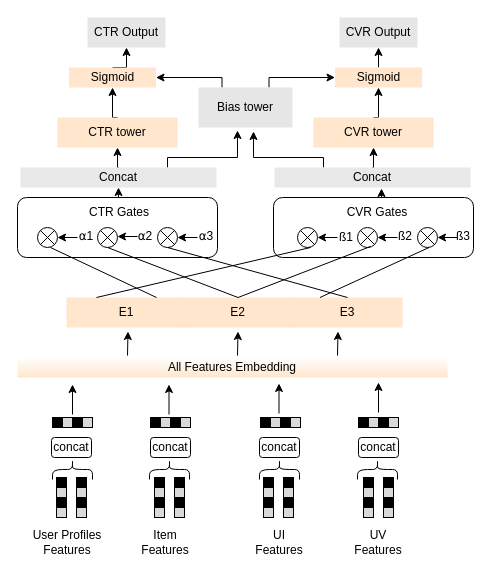
Above: MMOE_ESMM.drawio in Xiaohu-D/- (draw.io), before the change. Source tidied: cells renumbered, new cells numbered last; positions are measured from the earlier drawing's top-left corner, leaving out a move shared by most shapes. Both pictures are drawn from the tidied source at 100%, with x=0, y=0 at pixel (17, 17).
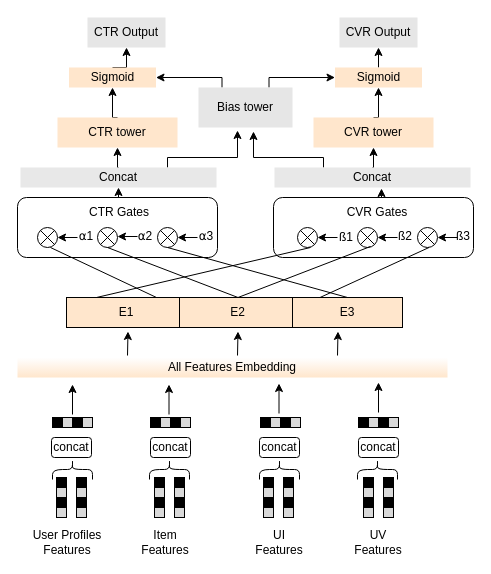
Above is the later version.

Change to the diagram source:
```diff
@@
-    <mxCell id="67" value="E1" style="rounded=0;whiteSpace=wrap;html=1;fillColor=#FFE6CC;gradientColor=none;gradientDirection=north;strokeColor=none;" parent="1" vertex="1">
+    <mxCell id="67" value="E1" style="rounded=0;whiteSpace=wrap;html=1;fillColor=#FFE6CC;gradientColor=none;gradientDirection=north;strokeColor=default;" parent="1" vertex="1">
       <mxGeometry x="49" y="280" width="120" height="30" as="geometry" />
     </mxCell>
-    <mxCell id="68" value="E2" style="rounded=0;whiteSpace=wrap;html=1;fillColor=#FFE6CC;gradientColor=none;gradientDirection=north;strokeColor=none;" parent="1" vertex="1">
+    <mxCell id="68" value="E2" style="rounded=0;whiteSpace=wrap;html=1;fillColor=#FFE6CC;gradientColor=none;gradientDirection=north;strokeColor=default;" parent="1" vertex="1">
       <mxGeometry x="162" y="280" width="117" height="30" as="geometry" />
     </mxCell>
-    <mxCell id="69" value="E3" style="rounded=0;whiteSpace=wrap;html=1;fillColor=#FFE6CC;gradientColor=none;gradientDirection=north;strokeColor=none;" parent="1" vertex="1">
+    <mxCell id="69" value="E3" style="rounded=0;whiteSpace=wrap;html=1;fillColor=#FFE6CC;gradientColor=none;gradientDirection=north;strokeColor=default;" parent="1" vertex="1">
       <mxGeometry x="275" y="280" width="110" height="30" as="geometry" />
     </mxCell>
```
